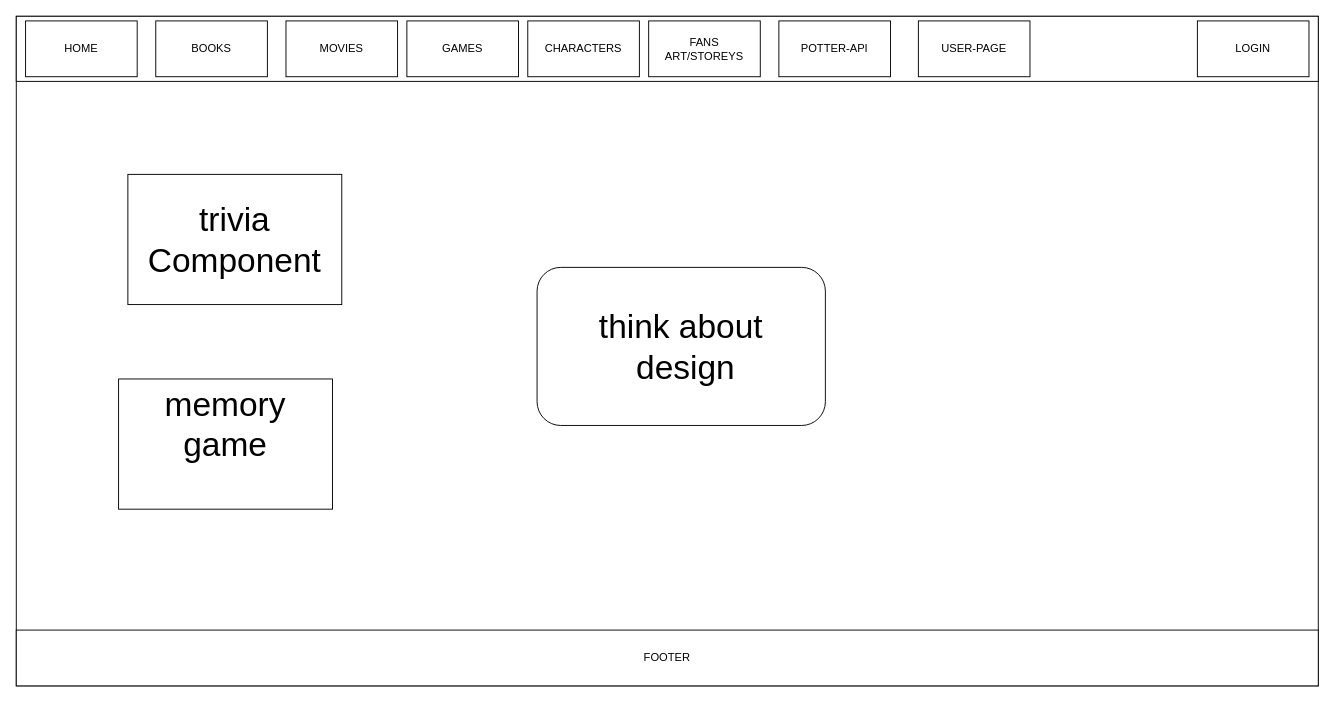
Above: page "GAMES" (4 of 7) of pseudo/Mock site.drawio in t-bendet/potter-front-end-react (draw.io), before the change. Source tidied: cells renumbered, new cells numbered last; positions are measured from the earlier drawing's top-left corner, leaving out a move shared by most shapes. Both pictures are drawn from the tidied source at 93%, with x=0, y=0 at pixel (16, 16).
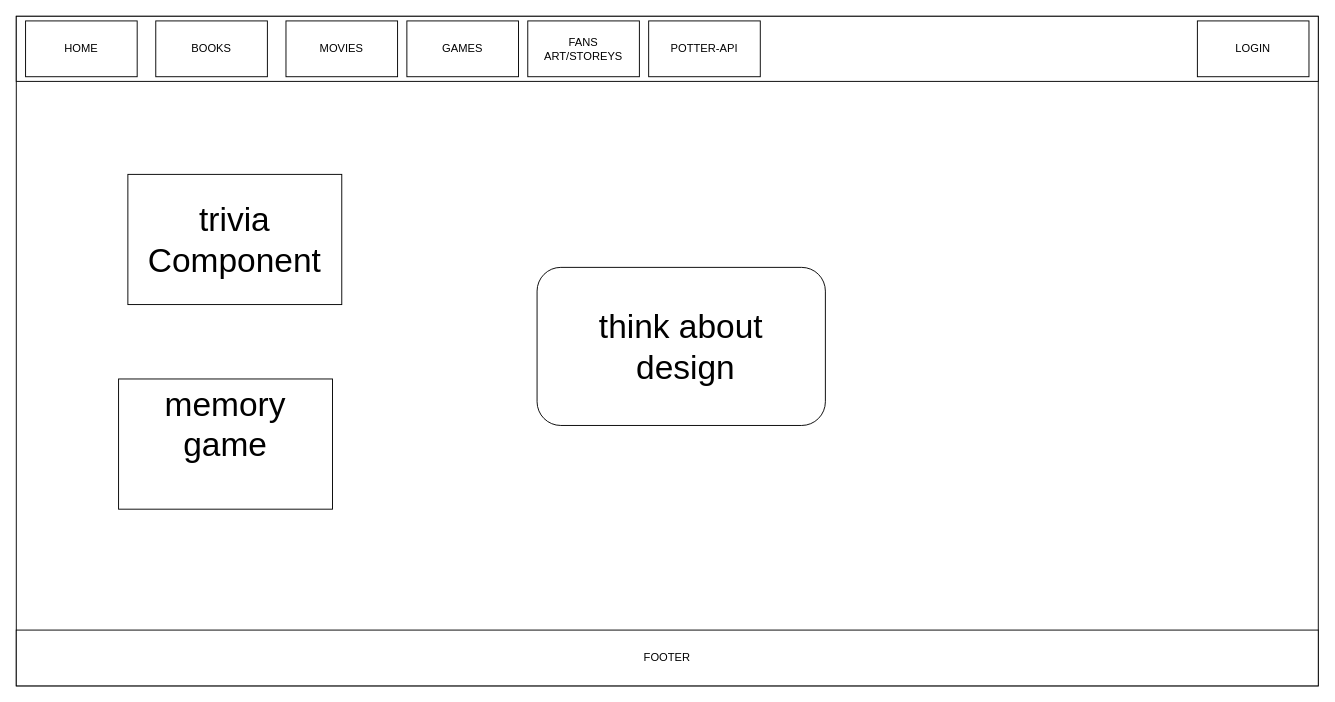
After the change.

Diff of the diagram source:
```diff
@@
 <mxGraphModel>
   <root>
     <mxCell id="0" />
     <mxCell id="1" parent="0" />
     <mxCell id="2" style="rounded=0;whiteSpace=wrap;html=1;" parent="1" vertex="1">
       <mxGeometry width="1400" height="720" as="geometry" />
     </mxCell>
     <mxCell id="3" style="rounded=0;whiteSpace=wrap;html=1;" parent="1" vertex="1">
       <mxGeometry width="1400" height="70" as="geometry" />
     </mxCell>
     <mxCell id="4" value="HOME&lt;br&gt;" style="rounded=0;whiteSpace=wrap;html=1;" parent="1" vertex="1">
       <mxGeometry x="10" y="5" width="120" height="60" as="geometry" />
     </mxCell>
     <mxCell id="5" value="BOOKS" style="rounded=0;whiteSpace=wrap;html=1;" parent="1" vertex="1">
       <mxGeometry x="150" y="5" width="120" height="60" as="geometry" />
     </mxCell>
     <mxCell id="6" value="GAMES&lt;br&gt;" style="rounded=0;whiteSpace=wrap;html=1;" parent="1" vertex="1">
       <mxGeometry x="420" y="5" width="120" height="60" as="geometry" />
     </mxCell>
-    <mxCell id="7" value="CHARACTERS" style="rounded=0;whiteSpace=wrap;html=1;" parent="1" vertex="1">
-      <mxGeometry x="550" y="5" width="120" height="60" as="geometry" />
-    </mxCell>
     <mxCell id="8" value="MOVIES&lt;br&gt;" style="rounded=0;whiteSpace=wrap;html=1;" parent="1" vertex="1">
       <mxGeometry x="290" y="5" width="120" height="60" as="geometry" />
     </mxCell>
     <mxCell id="9" value="FANS ART/STOREYS" style="rounded=0;whiteSpace=wrap;html=1;" parent="1" vertex="1">
-      <mxGeometry x="680" y="5" width="120" height="60" as="geometry" />
+      <mxGeometry x="550" y="5" width="120" height="60" as="geometry" />
     </mxCell>
     <mxCell id="10" value="POTTER-API" style="rounded=0;whiteSpace=wrap;html=1;" parent="1" vertex="1">
-      <mxGeometry x="820" y="5" width="120" height="60" as="geometry" />
+      <mxGeometry x="680" y="5" width="120" height="60" as="geometry" />
     </mxCell>
     <mxCell id="11" value="LOGIN" style="rounded=0;whiteSpace=wrap;html=1;" parent="1" vertex="1">
       <mxGeometry x="1270" y="5" width="120" height="60" as="geometry" />
     </mxCell>
     <mxCell id="12" value="FOOTER" style="rounded=0;whiteSpace=wrap;html=1;" parent="1" vertex="1">
       <mxGeometry y="660" width="1400" height="60" as="geometry" />
     </mxCell>
     <mxCell id="13" value="&lt;font style=&quot;font-size: 36px&quot;&gt;trivia Component&lt;/font&gt;" style="rounded=0;whiteSpace=wrap;html=1;" parent="1" vertex="1">
       <mxGeometry x="120" y="170" width="230" height="140" as="geometry" />
     </mxCell>
     <mxCell id="14" value="&lt;font style=&quot;font-size: 36px&quot;&gt;memory game&lt;br&gt;&lt;br&gt;&lt;/font&gt;" style="rounded=0;whiteSpace=wrap;html=1;" parent="1" vertex="1">
       <mxGeometry x="110" y="390" width="230" height="140" as="geometry" />
     </mxCell>
     <mxCell id="15" value="&lt;font style=&quot;font-size: 36px&quot;&gt;think about&lt;br&gt;&amp;nbsp;design&lt;/font&gt;" style="rounded=1;whiteSpace=wrap;html=1;" parent="1" vertex="1">
       <mxGeometry x="560" y="270" width="310" height="170" as="geometry" />
     </mxCell>
-    <mxCell id="16" value="USER-PAGE" style="rounded=0;whiteSpace=wrap;html=1;" parent="1" vertex="1">
-      <mxGeometry x="970" y="5" width="120" height="60" as="geometry" />
-    </mxCell>
   </root>
 </mxGraphModel>
```
